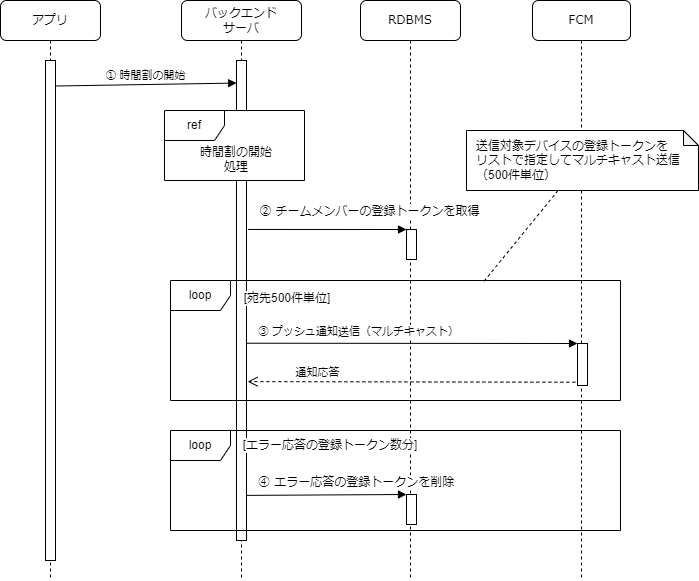
Fintan-contents/mobile-app-crib-notes keeps this draw.io diagram as website/docs/react-native/santoku/application-architecture/push-notification/send-push-notification.drawio.png. Above is the earlier version. Source tidied: cells renumbered, new cells last; positions are measured from the earlier drawing's top-left corner, leaving out a move shared by most shapes.
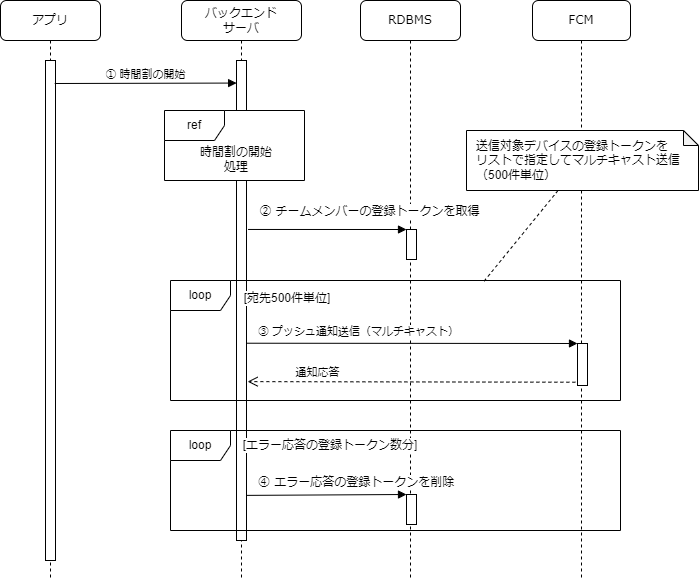
After the change.

Diff of the diagram source:
```diff
@@ -52,7 +52,7 @@
     <mxCell id="17" style="html=1;points=[];perimeter=orthogonalPerimeter;rounded=0;shadow=0;comic=0;labelBackgroundColor=none;strokeWidth=1;fontFamily=Verdana;fontSize=12;align=center;" parent="16" vertex="1">
       <mxGeometry x="45" y="60" width="10" height="500" as="geometry" />
     </mxCell>
-    <mxCell id="18" value="① 時間割の開始" style="html=1;verticalAlign=bottom;endArrow=block;rounded=0;exitX=1;exitY=0.051;exitDx=0;exitDy=0;exitPerimeter=0;entryX=0.011;entryY=0.047;entryDx=0;entryDy=0;entryPerimeter=0;" parent="1" edge="1" source="17" target="3">
+    <mxCell id="18" value="① 時間割の開始" style="html=1;verticalAlign=bottom;endArrow=block;rounded=0;entryX=0.011;entryY=0.047;entryDx=0;entryDy=0;entryPerimeter=0;exitX=0.92;exitY=0.046;exitDx=0;exitDy=0;exitPerimeter=0;" parent="1" edge="1" source="17" target="3">
       <mxGeometry relative="1" as="geometry" />
     </mxCell>
     <mxCell id="19" value="③ プッシュ通知送信（マルチキャスト）" style="html=1;verticalAlign=bottom;endArrow=block;entryX=0;entryY=0;rounded=0;labelBackgroundColor=default;labelBorderColor=none;exitX=1.02;exitY=0.589;exitDx=0;exitDy=0;exitPerimeter=0;" parent="1" edge="1" source="3" target="12">
```
